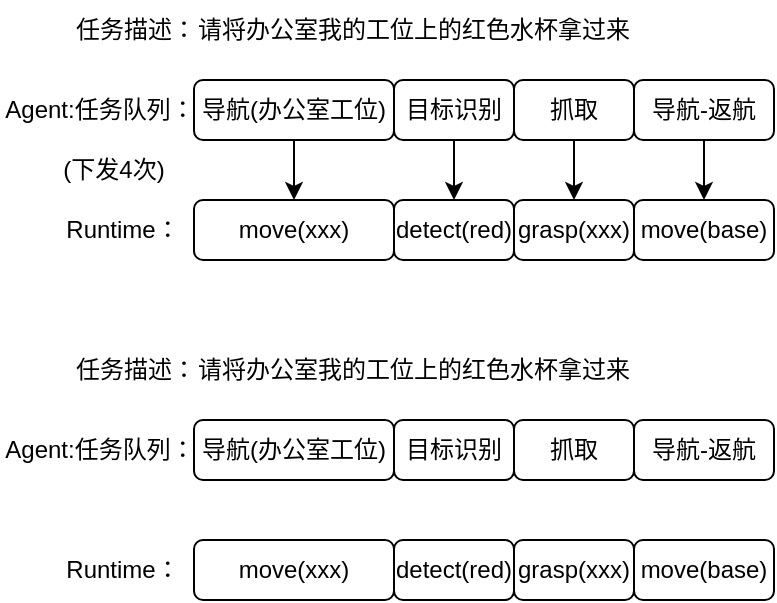
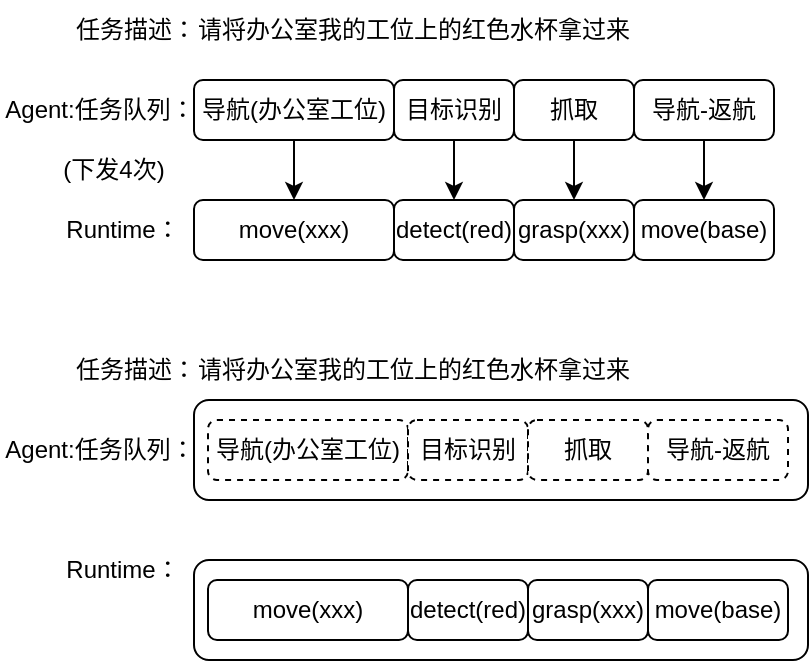
<mxfile host="app.diagrams.net">
  <diagram name="第 1 页" id="AqDmRzZVIJ-5uyctXJOA">
    <mxGraphModel dx="656" dy="360" grid="1" gridSize="10" guides="1" tooltips="1" connect="1" arrows="1" fold="1" page="1" pageScale="1" pageWidth="2339" pageHeight="3300" math="0" shadow="0">
      <root>
        <mxCell id="0" />
        <mxCell id="1" parent="0" />
+         <mxCell id="TX6EBbOIm9mCNyf-wsjQ-37" parent="1" style="rounded=1;whiteSpace=wrap;html=1;" value="" vertex="1">
+           <mxGeometry height="50" width="307" x="120" y="610" as="geometry" />
+         </mxCell>
+         <mxCell id="TX6EBbOIm9mCNyf-wsjQ-36" parent="1" style="rounded=1;whiteSpace=wrap;html=1;" value="" vertex="1">
+           <mxGeometry height="50" width="307" x="120" y="530" as="geometry" />
+         </mxCell>
        <mxCell id="TX6EBbOIm9mCNyf-wsjQ-15" edge="1" parent="1" source="TX6EBbOIm9mCNyf-wsjQ-1" style="edgeStyle=orthogonalEdgeStyle;rounded=0;orthogonalLoop=1;jettySize=auto;html=1;exitX=0.5;exitY=1;exitDx=0;exitDy=0;entryX=0.5;entryY=0;entryDx=0;entryDy=0;" target="TX6EBbOIm9mCNyf-wsjQ-11">
          <mxGeometry relative="1" as="geometry" />
        </mxCell>
        <mxCell id="TX6EBbOIm9mCNyf-wsjQ-1" parent="1" style="rounded=1;whiteSpace=wrap;html=1;" value="导航(办公室工位)" vertex="1">
          <mxGeometry height="30" width="100" x="120" y="370" as="geometry" />
        </mxCell>
        <mxCell id="TX6EBbOIm9mCNyf-wsjQ-2" parent="1" style="text;html=1;whiteSpace=wrap;strokeColor=none;fillColor=none;align=center;verticalAlign=middle;rounded=0;" value="Agent:任务队列：" vertex="1">
          <mxGeometry height="30" width="100" x="23" y="370" as="geometry" />
        </mxCell>
        <mxCell id="TX6EBbOIm9mCNyf-wsjQ-3" parent="1" style="text;html=1;whiteSpace=wrap;strokeColor=none;fillColor=none;align=center;verticalAlign=middle;rounded=0;" value="任务描述：" vertex="1">
          <mxGeometry height="30" width="70" x="56" y="330" as="geometry" />
        </mxCell>
        <mxCell id="TX6EBbOIm9mCNyf-wsjQ-4" parent="1" style="text;html=1;whiteSpace=wrap;strokeColor=none;fillColor=none;align=center;verticalAlign=middle;rounded=0;" value="请将办公室我的工位上的红色水杯拿过来" vertex="1">
          <mxGeometry height="30" width="220" x="120" y="330" as="geometry" />
        </mxCell>
        <mxCell id="TX6EBbOIm9mCNyf-wsjQ-16" edge="1" parent="1" source="TX6EBbOIm9mCNyf-wsjQ-5" style="edgeStyle=orthogonalEdgeStyle;rounded=0;orthogonalLoop=1;jettySize=auto;html=1;exitX=0.5;exitY=1;exitDx=0;exitDy=0;entryX=0.5;entryY=0;entryDx=0;entryDy=0;" target="TX6EBbOIm9mCNyf-wsjQ-12">
          <mxGeometry relative="1" as="geometry" />
        </mxCell>
        <mxCell id="TX6EBbOIm9mCNyf-wsjQ-5" parent="1" style="rounded=1;whiteSpace=wrap;html=1;" value="目标识别" vertex="1">
          <mxGeometry height="30" width="60" x="220" y="370" as="geometry" />
        </mxCell>
        <mxCell id="TX6EBbOIm9mCNyf-wsjQ-17" edge="1" parent="1" source="TX6EBbOIm9mCNyf-wsjQ-6" style="edgeStyle=orthogonalEdgeStyle;rounded=0;orthogonalLoop=1;jettySize=auto;html=1;exitX=0.5;exitY=1;exitDx=0;exitDy=0;entryX=0.5;entryY=0;entryDx=0;entryDy=0;" target="TX6EBbOIm9mCNyf-wsjQ-13">
          <mxGeometry relative="1" as="geometry" />
        </mxCell>
        <mxCell id="TX6EBbOIm9mCNyf-wsjQ-6" parent="1" style="rounded=1;whiteSpace=wrap;html=1;" value="抓取" vertex="1">
          <mxGeometry height="30" width="60" x="280" y="370" as="geometry" />
        </mxCell>
        <mxCell id="TX6EBbOIm9mCNyf-wsjQ-18" edge="1" parent="1" source="TX6EBbOIm9mCNyf-wsjQ-7" style="edgeStyle=orthogonalEdgeStyle;rounded=0;orthogonalLoop=1;jettySize=auto;html=1;exitX=0.5;exitY=1;exitDx=0;exitDy=0;entryX=0.5;entryY=0;entryDx=0;entryDy=0;" target="TX6EBbOIm9mCNyf-wsjQ-14">
          <mxGeometry relative="1" as="geometry" />
        </mxCell>
        <mxCell id="TX6EBbOIm9mCNyf-wsjQ-7" parent="1" style="rounded=1;whiteSpace=wrap;html=1;" value="导航-返航" vertex="1">
          <mxGeometry height="30" width="70" x="340" y="370" as="geometry" />
        </mxCell>
        <mxCell id="TX6EBbOIm9mCNyf-wsjQ-8" parent="1" style="text;html=1;whiteSpace=wrap;strokeColor=none;fillColor=none;align=center;verticalAlign=middle;rounded=0;" value="Runtime：" vertex="1">
          <mxGeometry height="30" width="57" x="56" y="430" as="geometry" />
        </mxCell>
        <mxCell id="TX6EBbOIm9mCNyf-wsjQ-11" parent="1" style="rounded=1;whiteSpace=wrap;html=1;" value="move(xxx)" vertex="1">
          <mxGeometry height="30" width="100" x="120" y="430" as="geometry" />
        </mxCell>
        <mxCell id="TX6EBbOIm9mCNyf-wsjQ-12" parent="1" style="rounded=1;whiteSpace=wrap;html=1;" value="detect(red)" vertex="1">
          <mxGeometry height="30" width="60" x="220" y="430" as="geometry" />
        </mxCell>
        <mxCell id="TX6EBbOIm9mCNyf-wsjQ-13" parent="1" style="rounded=1;whiteSpace=wrap;html=1;" value="grasp(xxx)" vertex="1">
          <mxGeometry height="30" width="60" x="280" y="430" as="geometry" />
        </mxCell>
        <mxCell id="TX6EBbOIm9mCNyf-wsjQ-14" parent="1" style="rounded=1;whiteSpace=wrap;html=1;" value="move(base)" vertex="1">
          <mxGeometry height="30" width="70" x="340" y="430" as="geometry" />
        </mxCell>
        <mxCell id="TX6EBbOIm9mCNyf-wsjQ-19" parent="1" style="text;html=1;whiteSpace=wrap;strokeColor=none;fillColor=none;align=center;verticalAlign=middle;rounded=0;" value="请将办公室我的工位上的红色水杯拿过来" vertex="1">
          <mxGeometry height="30" width="220" x="120" y="500" as="geometry" />
        </mxCell>
        <mxCell id="TX6EBbOIm9mCNyf-wsjQ-20" parent="1" style="text;html=1;whiteSpace=wrap;strokeColor=none;fillColor=none;align=center;verticalAlign=middle;rounded=0;" value="任务描述：" vertex="1">
          <mxGeometry height="30" width="70" x="56" y="500" as="geometry" />
        </mxCell>
-         <mxCell id="TX6EBbOIm9mCNyf-wsjQ-22" parent="1" style="rounded=1;whiteSpace=wrap;html=1;" value="导航(办公室工位)" vertex="1">
-           <mxGeometry height="30" width="100" x="120" y="540" as="geometry" />
+         <mxCell id="TX6EBbOIm9mCNyf-wsjQ-22" parent="1" style="rounded=1;whiteSpace=wrap;html=1;dashed=1;" value="导航(办公室工位)" vertex="1">
+           <mxGeometry height="30" width="100" x="127" y="540" as="geometry" />
        </mxCell>
        <mxCell id="TX6EBbOIm9mCNyf-wsjQ-23" parent="1" style="text;html=1;whiteSpace=wrap;strokeColor=none;fillColor=none;align=center;verticalAlign=middle;rounded=0;" value="Agent:任务队列：" vertex="1">
          <mxGeometry height="30" width="100" x="23" y="540" as="geometry" />
        </mxCell>
-         <mxCell id="TX6EBbOIm9mCNyf-wsjQ-25" parent="1" style="rounded=1;whiteSpace=wrap;html=1;" value="目标识别" vertex="1">
-           <mxGeometry height="30" width="60" x="220" y="540" as="geometry" />
+         <mxCell id="TX6EBbOIm9mCNyf-wsjQ-25" parent="1" style="rounded=1;whiteSpace=wrap;html=1;dashed=1;" value="目标识别" vertex="1">
+           <mxGeometry height="30" width="60" x="227" y="540" as="geometry" />
        </mxCell>
-         <mxCell id="TX6EBbOIm9mCNyf-wsjQ-27" parent="1" style="rounded=1;whiteSpace=wrap;html=1;" value="抓取" vertex="1">
-           <mxGeometry height="30" width="60" x="280" y="540" as="geometry" />
+         <mxCell id="TX6EBbOIm9mCNyf-wsjQ-27" parent="1" style="rounded=1;whiteSpace=wrap;html=1;dashed=1;" value="抓取" vertex="1">
+           <mxGeometry height="30" width="60" x="287" y="540" as="geometry" />
        </mxCell>
-         <mxCell id="TX6EBbOIm9mCNyf-wsjQ-29" parent="1" style="rounded=1;whiteSpace=wrap;html=1;" value="导航-返航" vertex="1">
-           <mxGeometry height="30" width="70" x="340" y="540" as="geometry" />
+         <mxCell id="TX6EBbOIm9mCNyf-wsjQ-29" parent="1" style="rounded=1;whiteSpace=wrap;html=1;dashed=1;" value="导航-返航" vertex="1">
+           <mxGeometry height="30" width="70" x="347" y="540" as="geometry" />
        </mxCell>
        <mxCell id="TX6EBbOIm9mCNyf-wsjQ-30" parent="1" style="text;html=1;whiteSpace=wrap;strokeColor=none;fillColor=none;align=center;verticalAlign=middle;rounded=0;" value="Runtime：" vertex="1">
          <mxGeometry height="30" width="57" x="56" y="600" as="geometry" />
        </mxCell>
        <mxCell id="TX6EBbOIm9mCNyf-wsjQ-31" parent="1" style="rounded=1;whiteSpace=wrap;html=1;" value="move(xxx)" vertex="1">
-           <mxGeometry height="30" width="100" x="120" y="600" as="geometry" />
+           <mxGeometry height="30" width="100" x="127" y="620" as="geometry" />
        </mxCell>
        <mxCell id="TX6EBbOIm9mCNyf-wsjQ-32" parent="1" style="rounded=1;whiteSpace=wrap;html=1;" value="detect(red)" vertex="1">
-           <mxGeometry height="30" width="60" x="220" y="600" as="geometry" />
+           <mxGeometry height="30" width="60" x="227" y="620" as="geometry" />
        </mxCell>
        <mxCell id="TX6EBbOIm9mCNyf-wsjQ-33" parent="1" style="rounded=1;whiteSpace=wrap;html=1;" value="grasp(xxx)" vertex="1">
-           <mxGeometry height="30" width="60" x="280" y="600" as="geometry" />
+           <mxGeometry height="30" width="60" x="287" y="620" as="geometry" />
        </mxCell>
        <mxCell id="TX6EBbOIm9mCNyf-wsjQ-34" parent="1" style="rounded=1;whiteSpace=wrap;html=1;" value="move(base)" vertex="1">
-           <mxGeometry height="30" width="70" x="340" y="600" as="geometry" />
+           <mxGeometry height="30" width="70" x="347" y="620" as="geometry" />
        </mxCell>
        <mxCell id="TX6EBbOIm9mCNyf-wsjQ-35" parent="1" style="text;html=1;whiteSpace=wrap;strokeColor=none;fillColor=none;align=center;verticalAlign=middle;rounded=0;" value="(下发4次)" vertex="1">
          <mxGeometry height="30" width="60" x="50" y="400" as="geometry" />
        </mxCell>
      </root>
    </mxGraphModel>
  </diagram>
</mxfile>
